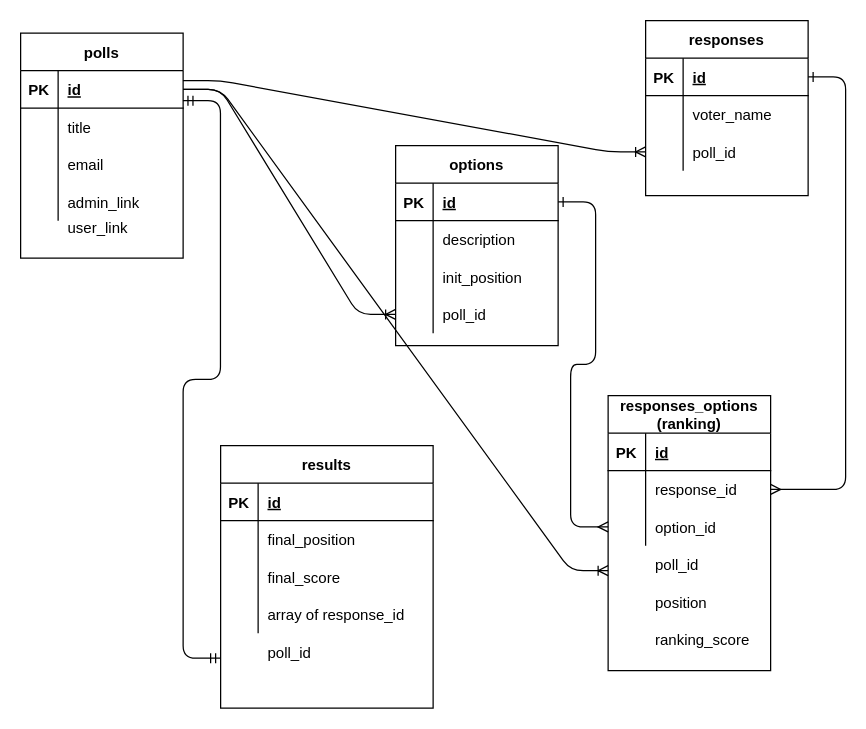
gybubest/midterm keeps this draw.io diagram as docs/ERD_polls.drawio. Above is the earlier version. Source tidied: cells renumbered, new cells numbered last; positions are measured from the earlier drawing's top-left corner, leaving out a move shared by most shapes. Both pictures are drawn from the tidied source at 125%, with x=0, y=0 at pixel (20, 20).
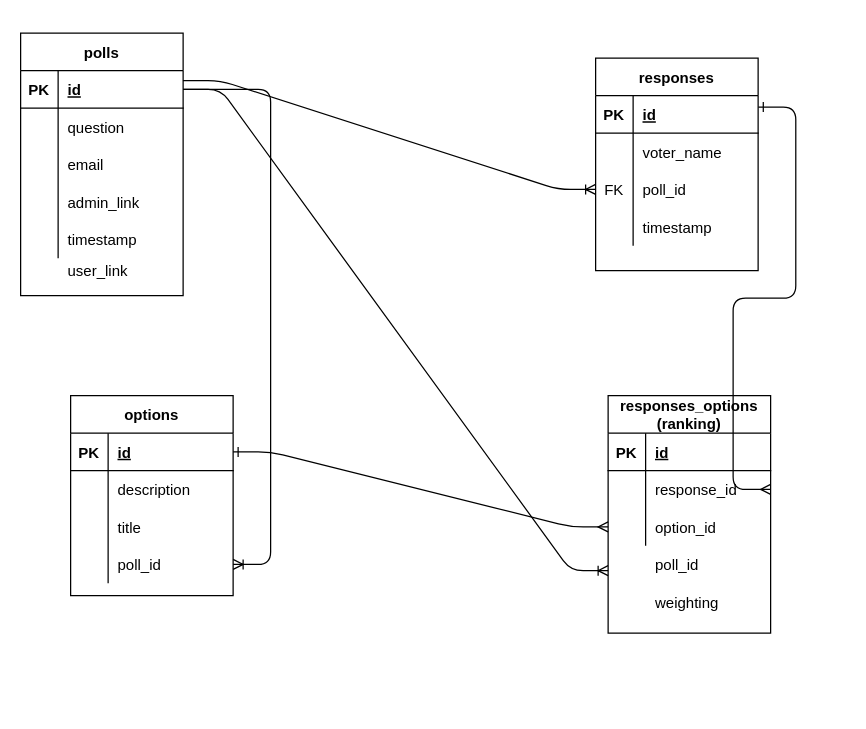
After the change.

Commit message:
Update ERD_polls.drawio after discusion

The change refers to these unchanged cells:
```xml
<mxCell id="3" style="shape=partialRectangle;fillColor=none;top=0;left=0;bottom=1;right=0;points=[[0,0.5],[1,0.5]];portConstraint=eastwest;" parent="2" vertex="1">
  <mxGeometry y="30" width="130" height="30" as="geometry" />
</mxCell>
<mxCell id="6" style="shape=partialRectangle;fillColor=none;top=0;left=0;bottom=0;right=0;" parent="2" vertex="1">
  <mxGeometry y="60" width="130" height="30" as="geometry" />
</mxCell>
<mxCell id="23" style="shape=partialRectangle;fillColor=none;top=0;left=0;bottom=0;right=0;" parent="16" vertex="1">
  <mxGeometry y="90" width="130" height="30" as="geometry" />
</mxCell>
<mxCell id="26" style="shape=partialRectangle;fillColor=none;top=0;left=0;bottom=0;right=0;points=[[0,0.5],[1,0.5]];portConstraint=eastwest;" parent="16" vertex="1">
  <mxGeometry y="120" width="130" height="30" as="geometry" />
</mxCell>
<mxCell id="30" style="shape=partialRectangle;fillColor=none;top=0;left=0;bottom=1;right=0;points=[[0,0.5],[1,0.5]];portConstraint=eastwest;" parent="29" vertex="1">
  <mxGeometry y="30" width="130" height="30" as="geometry" />
</mxCell>
<mxCell id="36" style="shape=partialRectangle;fillColor=none;top=0;left=0;bottom=0;right=0;points=[[0,0.5],[1,0.5]];portConstraint=eastwest;" parent="29" vertex="1">
  <mxGeometry y="90" width="130" height="30" as="geometry" />
</mxCell>
<mxCell id="43" style="shape=partialRectangle;fillColor=none;top=0;left=0;bottom=0;right=0;points=[[0,0.5],[1,0.5]];portConstraint=eastwest;" parent="39" vertex="1">
  <mxGeometry y="60" width="130" height="30" as="geometry" />
</mxCell>
```

What changed in the source:
```diff
@@
     <mxCell id="2" value="polls" style="shape=table;startSize=30;childLayout=tableLayout;rowLines=0;fontStyle=1;align=center;" parent="1" vertex="1">
-      <mxGeometry y="10" width="130" height="180" as="geometry" />
+      <mxGeometry y="10" width="130" height="210" as="geometry" />
     </mxCell>
@@
-    <mxCell id="8" value="title" style="shape=partialRectangle;fillColor=none;top=0;left=0;bottom=0;right=0;align=left;spacingLeft=6;overflow=hidden;" parent="6" vertex="1">
+    <mxCell id="8" value="question" style="shape=partialRectangle;fillColor=none;top=0;left=0;bottom=0;right=0;align=left;spacingLeft=6;overflow=hidden;" parent="6" vertex="1">
       <mxGeometry x="30" width="100" height="30" as="geometry" />
     </mxCell>
@@
+    <mxCell id="73" style="shape=partialRectangle;fillColor=none;top=0;left=0;bottom=0;right=0;" parent="2" vertex="1">
+      <mxGeometry y="150" width="130" height="30" as="geometry" />
+    </mxCell>
+    <mxCell id="74" style="shape=partialRectangle;fillColor=none;top=0;left=0;bottom=0;right=0;overflow=hidden;" parent="73" vertex="1">
+      <mxGeometry width="30" height="30" as="geometry" />
+    </mxCell>
+    <mxCell id="75" value="timestamp" style="shape=partialRectangle;fillColor=none;top=0;left=0;bottom=0;right=0;align=left;spacingLeft=6;overflow=hidden;" parent="73" vertex="1">
+      <mxGeometry x="30" width="100" height="30" as="geometry" />
+    </mxCell>
     <mxCell id="15" value="user_link" style="shape=partialRectangle;fillColor=none;top=0;left=0;bottom=0;right=0;align=left;spacingLeft=6;overflow=hidden;" parent="1" vertex="1">
-      <mxGeometry x="30" y="150" width="150" height="30" as="geometry" />
+      <mxGeometry x="30" y="190" width="100" height="20" as="geometry" />
     </mxCell>
     <mxCell id="16" value="options" style="shape=table;startSize=30;childLayout=tableLayout;rowLines=0;fontStyle=1;align=center;" parent="1" vertex="1">
-      <mxGeometry x="300" y="100" width="130" height="160" as="geometry" />
+      <mxGeometry x="40" y="300" width="130" height="160" as="geometry" />
     </mxCell>
@@
-    <mxCell id="25" value="init_position" style="shape=partialRectangle;fillColor=none;top=0;left=0;bottom=0;right=0;align=left;spacingLeft=6;overflow=hidden;" parent="23" vertex="1">
+    <mxCell id="25" value="title" style="shape=partialRectangle;fillColor=none;top=0;left=0;bottom=0;right=0;align=left;spacingLeft=6;overflow=hidden;" parent="23" vertex="1">
       <mxGeometry x="30" width="100" height="30" as="geometry" />
     </mxCell>
@@
     <mxCell id="29" value="responses" style="shape=table;startSize=30;childLayout=tableLayout;rowLines=0;fontStyle=1;align=center;" parent="1" vertex="1">
-      <mxGeometry x="500" width="130" height="140" as="geometry" />
+      <mxGeometry x="460" y="30" width="130" height="170" as="geometry" />
     </mxCell>
@@
-    <mxCell id="37" style="shape=partialRectangle;fillColor=none;top=0;left=0;bottom=0;right=0;overflow=hidden;" parent="36" vertex="1">
+    <mxCell id="37" value="FK" style="shape=partialRectangle;fillColor=none;top=0;left=0;bottom=0;right=0;overflow=hidden;" parent="36" vertex="1">
       <mxGeometry width="30" height="30" as="geometry" />
     </mxCell>
@@
+    <mxCell id="76" style="shape=partialRectangle;fillColor=none;top=0;left=0;bottom=0;right=0;" parent="29" vertex="1">
+      <mxGeometry y="120" width="130" height="30" as="geometry" />
+    </mxCell>
+    <mxCell id="77" style="shape=partialRectangle;fillColor=none;top=0;left=0;bottom=0;right=0;overflow=hidden;" parent="76" vertex="1">
+      <mxGeometry width="30" height="30" as="geometry" />
+    </mxCell>
+    <mxCell id="78" value="timestamp" style="shape=partialRectangle;fillColor=none;top=0;left=0;bottom=0;right=0;align=left;spacingLeft=6;overflow=hidden;" parent="76" vertex="1">
+      <mxGeometry x="30" width="100" height="30" as="geometry" />
+    </mxCell>
     <mxCell id="39" value="responses_options&#10;(ranking)" style="shape=table;startSize=30;childLayout=tableLayout;rowLines=0;fontStyle=1;align=center;" parent="1" vertex="1">
-      <mxGeometry x="470" y="300" width="130" height="220" as="geometry" />
+      <mxGeometry x="470" y="300" width="130" height="190" as="geometry" />
     </mxCell>
@@
-    <mxCell id="49" value="results" style="shape=table;startSize=30;childLayout=tableLayout;rowLines=0;fontStyle=1;align=center;" parent="1" vertex="1">
-      <mxGeometry x="160" y="340" width="170" height="210" as="geometry" />
-    </mxCell>
-    <mxCell id="50" style="shape=partialRectangle;fillColor=none;top=0;left=0;bottom=1;right=0;" parent="49" vertex="1">
-      <mxGeometry y="30" width="170" height="30" as="geometry" />
-    </mxCell>
-    <mxCell id="51" value="PK" style="shape=partialRectangle;fillColor=none;top=0;left=0;bottom=0;right=0;fontStyle=1;overflow=hidden;" parent="50" vertex="1">
-      <mxGeometry width="30" height="30" as="geometry" />
-    </mxCell>
-    <mxCell id="52" value="id" style="shape=partialRectangle;fillColor=none;top=0;left=0;bottom=0;right=0;align=left;spacingLeft=6;fontStyle=5;overflow=hidden;" parent="50" vertex="1">
-      <mxGeometry x="30" width="140" height="30" as="geometry" />
-    </mxCell>
-    <mxCell id="53" style="shape=partialRectangle;fillColor=none;top=0;left=0;bottom=0;right=0;" parent="49" vertex="1">
-      <mxGeometry y="60" width="170" height="30" as="geometry" />
-    </mxCell>
-    <mxCell id="54" style="shape=partialRectangle;fillColor=none;top=0;left=0;bottom=0;right=0;overflow=hidden;" parent="53" vertex="1">
-      <mxGeometry width="30" height="30" as="geometry" />
-    </mxCell>
-    <mxCell id="55" value="final_position" style="shape=partialRectangle;fillColor=none;top=0;left=0;bottom=0;right=0;align=left;spacingLeft=6;overflow=hidden;" parent="53" vertex="1">
-      <mxGeometry x="30" width="140" height="30" as="geometry" />
-    </mxCell>
-    <mxCell id="56" style="shape=partialRectangle;fillColor=none;top=0;left=0;bottom=0;right=0;" parent="49" vertex="1">
-      <mxGeometry y="90" width="170" height="30" as="geometry" />
-    </mxCell>
-    <mxCell id="57" style="shape=partialRectangle;fillColor=none;top=0;left=0;bottom=0;right=0;overflow=hidden;" parent="56" vertex="1">
-      <mxGeometry width="30" height="30" as="geometry" />
-    </mxCell>
-    <mxCell id="58" value="final_score" style="shape=partialRectangle;fillColor=none;top=0;left=0;bottom=0;right=0;align=left;spacingLeft=6;overflow=hidden;" parent="56" vertex="1">
-      <mxGeometry x="30" width="140" height="30" as="geometry" />
-    </mxCell>
-    <mxCell id="59" style="shape=partialRectangle;fillColor=none;top=0;left=0;bottom=0;right=0;" parent="49" vertex="1">
-      <mxGeometry y="120" width="170" height="30" as="geometry" />
-    </mxCell>
-    <mxCell id="60" style="shape=partialRectangle;fillColor=none;top=0;left=0;bottom=0;right=0;overflow=hidden;" parent="59" vertex="1">
-      <mxGeometry width="30" height="30" as="geometry" />
-    </mxCell>
-    <mxCell id="61" style="shape=partialRectangle;fillColor=none;top=0;left=0;bottom=0;right=0;align=left;spacingLeft=6;overflow=hidden;" parent="59" vertex="1">
-      <mxGeometry x="30" width="140" height="30" as="geometry" />
-    </mxCell>
-    <mxCell id="62" value="poll_id" style="shape=partialRectangle;fillColor=none;top=0;left=0;bottom=0;right=0;align=left;spacingLeft=6;overflow=hidden;" parent="1" vertex="1">
-      <mxGeometry x="190" y="490" width="140" height="30" as="geometry" />
-    </mxCell>
-    <mxCell id="63" style="edgeStyle=entityRelationEdgeStyle;fontSize=12;html=1;endArrow=ERoneToMany;exitX=1;exitY=0.5;exitDx=0;exitDy=0;entryX=0;entryY=0.5;entryDx=0;entryDy=0;" parent="1" edge="1" source="3" target="26">
+    <mxCell id="63" style="edgeStyle=entityRelationEdgeStyle;fontSize=12;html=1;endArrow=ERoneToMany;exitX=1;exitY=0.5;exitDx=0;exitDy=0;" parent="1" edge="1" source="3" target="26">
       <mxGeometry relative="1" as="geometry" />
     </mxCell>
@@
-    <mxCell id="66" style="edgeStyle=entityRelationEdgeStyle;fontSize=12;html=1;endArrow=ERmany;startArrow=ERone;entryX=1;entryY=0.5;entryDx=0;entryDy=0;startFill=0;" parent="1" edge="1" target="43">
-      <mxGeometry relative="1" as="geometry">
-        <mxPoint x="630" y="45" as="sourcePoint" />
-      </mxGeometry>
+    <mxCell id="66" style="edgeStyle=entityRelationEdgeStyle;fontSize=12;html=1;endArrow=ERmany;startArrow=ERone;entryX=1;entryY=0.5;entryDx=0;entryDy=0;startFill=0;exitX=1.001;exitY=0.305;exitDx=0;exitDy=0;exitPerimeter=0;" parent="1" edge="1" source="30" target="43">
+      <mxGeometry relative="1" as="geometry" />
     </mxCell>
-    <mxCell id="67" style="edgeStyle=entityRelationEdgeStyle;fontSize=12;html=1;endArrow=ERmandOne;startArrow=ERmandOne;exitX=0.999;exitY=0.8;exitDx=0;exitDy=0;exitPerimeter=0;" parent="1" edge="1" source="3">
-      <mxGeometry relative="1" as="geometry">
-        <mxPoint x="160" y="510" as="targetPoint" />
-      </mxGeometry>
-    </mxCell>
-    <mxCell id="68" value="position" style="shape=partialRectangle;fillColor=none;top=0;left=0;bottom=0;right=0;align=left;spacingLeft=6;overflow=hidden;" parent="1" vertex="1">
+    <mxCell id="68" value="weighting" style="shape=partialRectangle;fillColor=none;top=0;left=0;bottom=0;right=0;align=left;spacingLeft=6;overflow=hidden;" parent="1" vertex="1">
       <mxGeometry x="500" y="450" width="100" height="30" as="geometry" />
     </mxCell>
-    <mxCell id="69" value="ranking_score" style="shape=partialRectangle;fillColor=none;top=0;left=0;bottom=0;right=0;align=left;spacingLeft=6;overflow=hidden;" parent="1" vertex="1">
-      <mxGeometry x="500" y="480" width="100" height="30" as="geometry" />
-    </mxCell>
-    <mxCell id="70" value="array of response_id" style="shape=partialRectangle;fillColor=none;top=0;left=0;bottom=0;right=0;align=left;spacingLeft=6;overflow=hidden;" parent="1" vertex="1">
-      <mxGeometry x="190" y="460" width="140" height="30" as="geometry" />
-    </mxCell>
```
